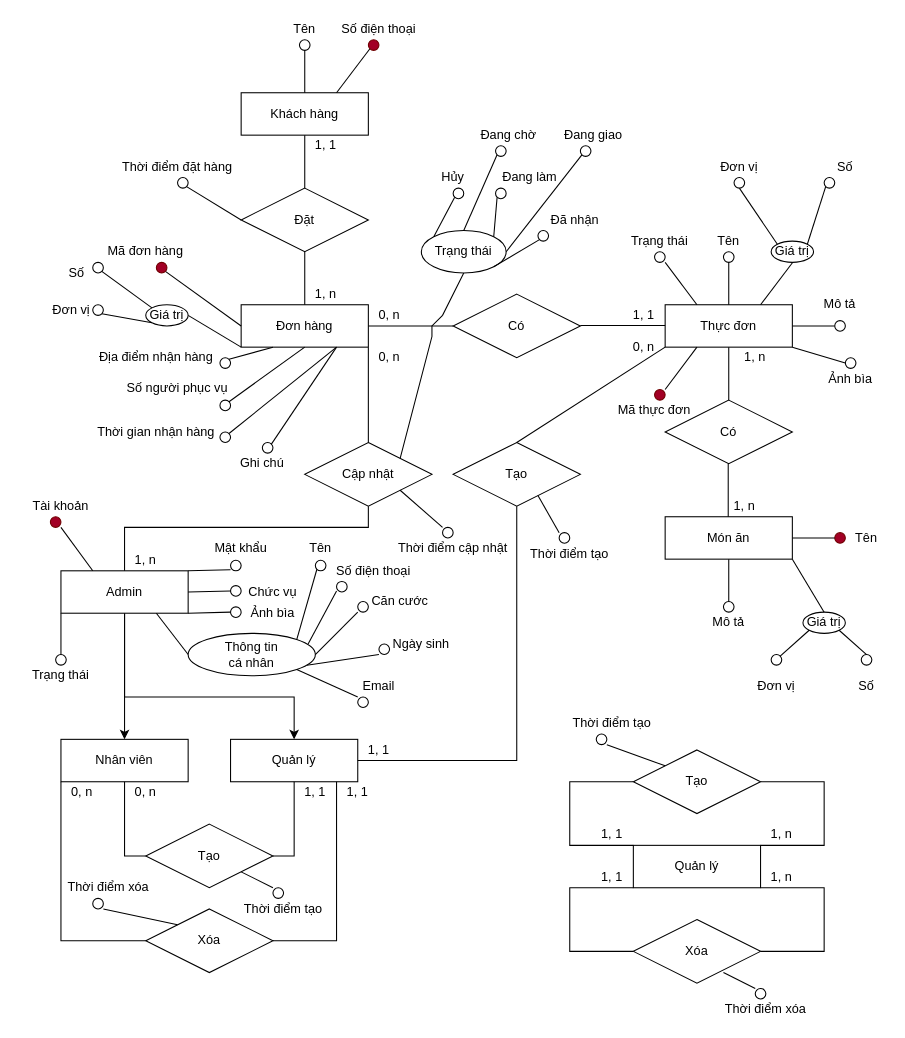
caoduonggithub/gourmet-au-catering keeps this draw.io diagram as phan_tich/entity-relationship-diagram/erd.drawio. Above is the earlier version. Source tidied: cells renumbered, new cells numbered last; positions are measured from the earlier drawing's top-left corner, leaving out a move shared by most shapes. Both pictures are drawn from the tidied source at 106%, with x=0, y=0 at pixel (18, 18).
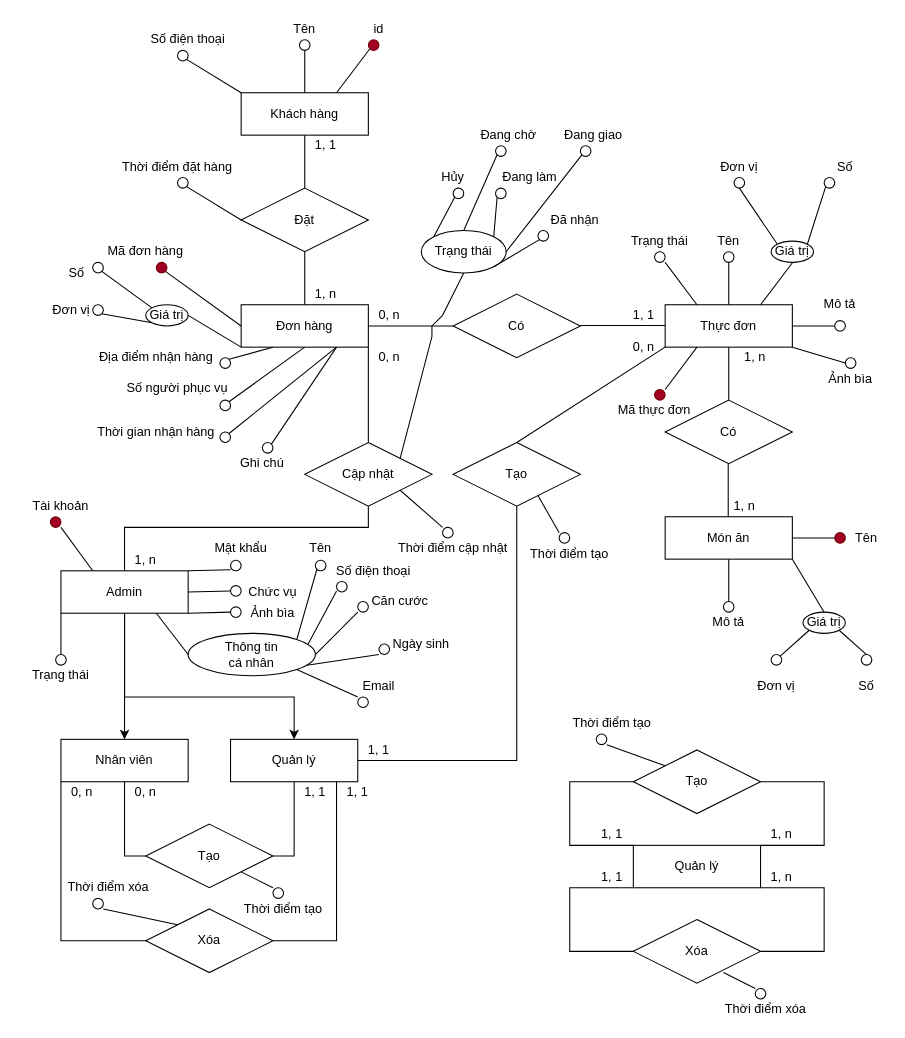
Above is the later version.

What changed in the source:
```diff
@@
-    <mxCell id="25" value="Số điện thoại" style="text;html=1;strokeColor=none;fillColor=none;align=center;verticalAlign=middle;whiteSpace=wrap;rounded=0;" parent="1" vertex="1">
-      <mxGeometry x="300" width="80" height="20" as="geometry" />
+    <mxCell id="25" value="id" style="text;html=1;strokeColor=none;fillColor=none;align=center;verticalAlign=middle;whiteSpace=wrap;rounded=0;" parent="1" vertex="1">
+      <mxGeometry x="320" width="40" height="20" as="geometry" />
     </mxCell>
@@
+    <mxCell id="193" style="ellipse;whiteSpace=wrap;html=1;align=center;" parent="1" vertex="1">
+      <mxGeometry x="150" y="30" width="10" height="10" as="geometry" />
+    </mxCell>
+    <mxCell id="194" style="endArrow=none;html=1;rounded=0;exitX=0;exitY=0.5;exitDx=0;exitDy=0;entryX=1;entryY=1;entryDx=0;entryDy=0;" parent="1" edge="1" target="193">
+      <mxGeometry relative="1" as="geometry">
+        <mxPoint x="210" y="70" as="sourcePoint" />
+      </mxGeometry>
+    </mxCell>
+    <mxCell id="195" value="Số điện thoại" style="text;html=1;strokeColor=none;fillColor=none;align=center;verticalAlign=middle;whiteSpace=wrap;rounded=0;" parent="1" vertex="1">
+      <mxGeometry x="120" y="10" width="80" height="20" as="geometry" />
+    </mxCell>
```
